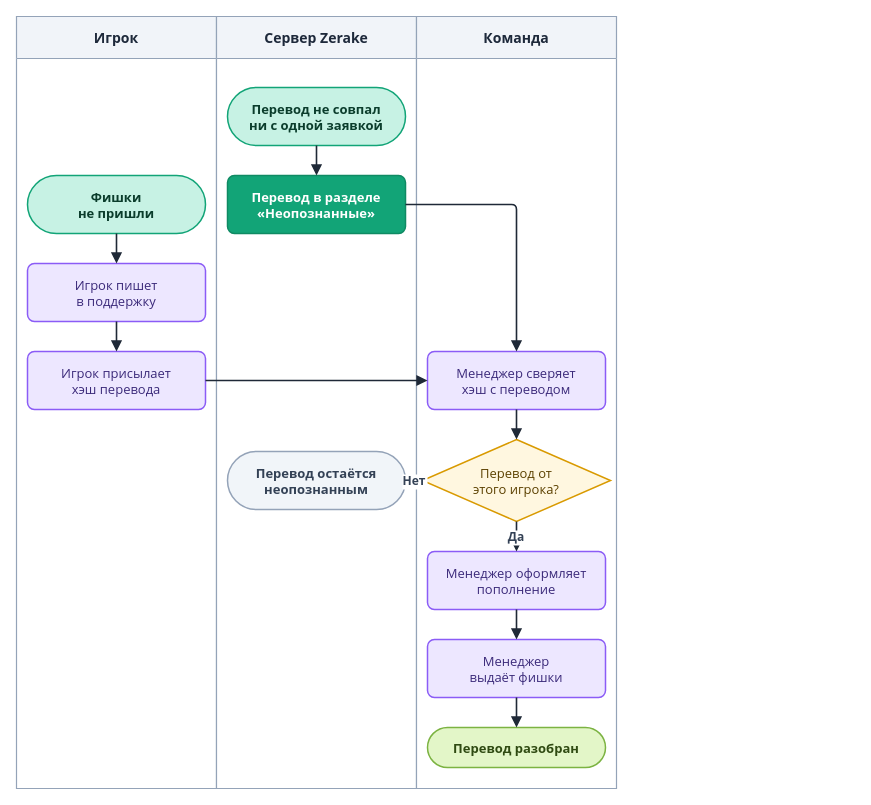
The draw.io diagram diagrams/drawio/unmatched.drawio in LILSUFFER/zerake-docs, before the edit. Source tidied: cells renumbered, new cells numbered last; positions are measured from the earlier drawing's top-left corner, leaving out a move shared by most shapes. Both pictures are drawn from the tidied source at 100%, with x=0, y=0 at pixel (16, 16).
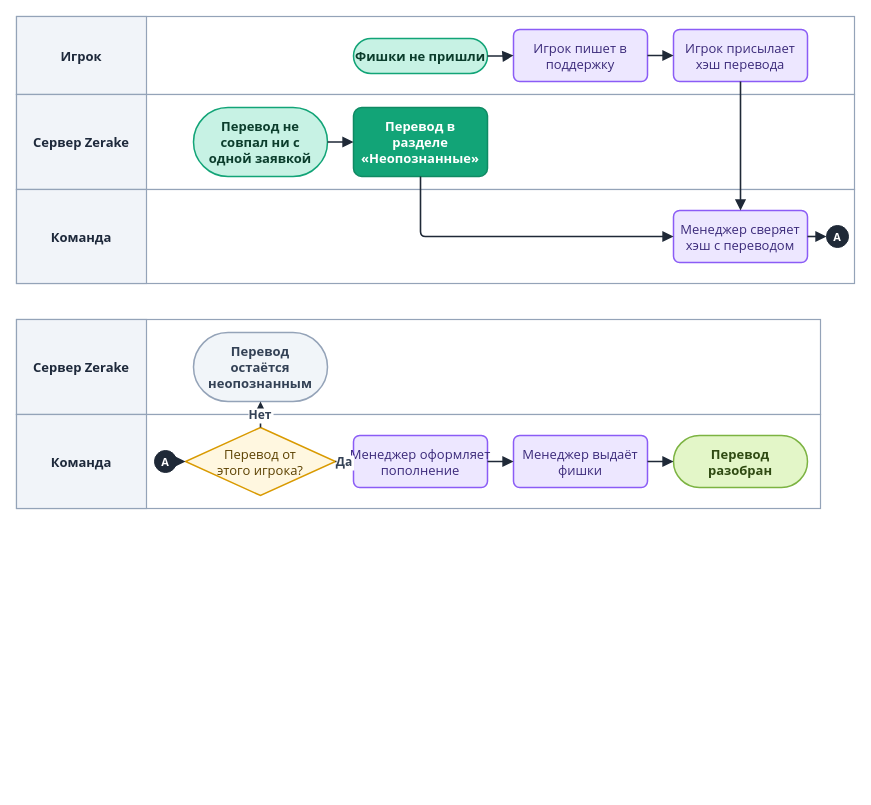
The same diagram, later.

Change to the diagram source:
```diff
@@
+    <mxCell id="26" style="rounded=0;html=0;fillColor=#FFFFFF;strokeColor=#94A3B8;strokeWidth=1.2;" parent="1" vertex="1">
+      <mxGeometry width="838" height="78" as="geometry" />
+    </mxCell>
-    <mxCell id="2" value="Игрок" style="swimlane;horizontal=1;startSize=42;fillColor=#F1F4F9;swimlaneFillColor=#FFFFFF;strokeColor=#94A3B8;fontColor=#1E293B;fontStyle=1;fontSize=14;fontFamily=Segoe UI;strokeWidth=1.2;" parent="1" vertex="1">
-      <mxGeometry width="200" height="772" as="geometry" />
+    <mxCell id="2" value="Игрок" style="rounded=0;html=0;fillColor=#F1F4F9;strokeColor=#94A3B8;strokeWidth=1.2;fontColor=#1E293B;fontStyle=1;fontSize=13;fontFamily=Segoe UI;align=center;verticalAlign=middle;" parent="1" vertex="1">
+      <mxGeometry width="130" height="78" as="geometry" />
     </mxCell>
-    <mxCell id="3" value="Сервер Zerake" style="swimlane;horizontal=1;startSize=42;fillColor=#F1F4F9;swimlaneFillColor=#FFFFFF;strokeColor=#94A3B8;fontColor=#1E293B;fontStyle=1;fontSize=14;fontFamily=Segoe UI;strokeWidth=1.2;" parent="1" vertex="1">
-      <mxGeometry x="200" width="200" height="772" as="geometry" />
-    </mxCell>
-    <mxCell id="4" value="Команда" style="swimlane;horizontal=1;startSize=42;fillColor=#F1F4F9;swimlaneFillColor=#FFFFFF;strokeColor=#94A3B8;fontColor=#1E293B;fontStyle=1;fontSize=14;fontFamily=Segoe UI;strokeWidth=1.2;" parent="1" vertex="1">
-      <mxGeometry x="400" width="200" height="772" as="geometry" />
-    </mxCell>
+    <mxCell id="27" style="rounded=0;html=0;fillColor=#FFFFFF;strokeColor=#94A3B8;strokeWidth=1.2;" parent="1" vertex="1">
+      <mxGeometry y="78" width="838" height="95" as="geometry" />
+    </mxCell>
+    <mxCell id="28" value="Сервер Zerake" style="rounded=0;html=0;fillColor=#F1F4F9;strokeColor=#94A3B8;strokeWidth=1.2;fontColor=#1E293B;fontStyle=1;fontSize=13;fontFamily=Segoe UI;align=center;verticalAlign=middle;" parent="1" vertex="1">
+      <mxGeometry y="78" width="130" height="95" as="geometry" />
+    </mxCell>
+    <mxCell id="29" style="rounded=0;html=0;fillColor=#FFFFFF;strokeColor=#94A3B8;strokeWidth=1.2;" parent="1" vertex="1">
+      <mxGeometry y="173" width="838" height="94" as="geometry" />
+    </mxCell>
+    <mxCell id="30" value="Команда" style="rounded=0;html=0;fillColor=#F1F4F9;strokeColor=#94A3B8;strokeWidth=1.2;fontColor=#1E293B;fontStyle=1;fontSize=13;fontFamily=Segoe UI;align=center;verticalAlign=middle;" parent="1" vertex="1">
+      <mxGeometry y="173" width="130" height="94" as="geometry" />
+    </mxCell>
+    <mxCell id="31" style="rounded=0;html=0;fillColor=#FFFFFF;strokeColor=#94A3B8;strokeWidth=1.2;" parent="1" vertex="1">
+      <mxGeometry y="303" width="804" height="95" as="geometry" />
+    </mxCell>
+    <mxCell id="32" value="Сервер Zerake" style="rounded=0;html=0;fillColor=#F1F4F9;strokeColor=#94A3B8;strokeWidth=1.2;fontColor=#1E293B;fontStyle=1;fontSize=13;fontFamily=Segoe UI;align=center;verticalAlign=middle;" parent="1" vertex="1">
+      <mxGeometry y="303" width="130" height="95" as="geometry" />
+    </mxCell>
+    <mxCell id="33" style="rounded=0;html=0;fillColor=#FFFFFF;strokeColor=#94A3B8;strokeWidth=1.2;" parent="1" vertex="1">
+      <mxGeometry y="398" width="804" height="94" as="geometry" />
+    </mxCell>
+    <mxCell id="34" value="Команда" style="rounded=0;html=0;fillColor=#F1F4F9;strokeColor=#94A3B8;strokeWidth=1.2;fontColor=#1E293B;fontStyle=1;fontSize=13;fontFamily=Segoe UI;align=center;verticalAlign=middle;" parent="1" vertex="1">
+      <mxGeometry y="398" width="130" height="94" as="geometry" />
+    </mxCell>
-    <mxCell id="5" value="Перевод не совпал&#10;ни с одной заявкой" style="rounded=1;arcSize=50;html=0;fontStyle=1;fillColor=#C7F2E4;strokeColor=#12A477;fontColor=#0B3D2C;fontFamily=Segoe UI;fontSize=13;strokeWidth=1.5;" parent="1" vertex="1">
-      <mxGeometry x="211" y="71" width="178" height="58" as="geometry" />
+    <mxCell id="5" value="Перевод не&#10;совпал ни с&#10;одной заявкой" style="rounded=1;arcSize=50;html=0;fontStyle=1;fillColor=#C7F2E4;strokeColor=#12A477;fontColor=#0B3D2C;fontFamily=Segoe UI;fontSize=13;strokeWidth=1.5;" parent="1" vertex="1">
+      <mxGeometry x="177" y="91" width="134" height="69" as="geometry" />
     </mxCell>
-    <mxCell id="6" value="Фишки&#10;не пришли" style="rounded=1;arcSize=50;html=0;fontStyle=1;fillColor=#C7F2E4;strokeColor=#12A477;fontColor=#0B3D2C;fontFamily=Segoe UI;fontSize=13;strokeWidth=1.5;" parent="1" vertex="1">
-      <mxGeometry x="11" y="159" width="178" height="58" as="geometry" />
+    <mxCell id="6" value="Фишки не пришли" style="rounded=1;arcSize=50;html=0;fontStyle=1;fillColor=#C7F2E4;strokeColor=#12A477;fontColor=#0B3D2C;fontFamily=Segoe UI;fontSize=13;strokeWidth=1.5;" parent="1" vertex="1">
+      <mxGeometry x="337" y="22" width="134" height="35" as="geometry" />
     </mxCell>
-    <mxCell id="7" value="Перевод в разделе&#10;«Неопознанные»" style="rounded=1;arcSize=12;html=0;fillColor=#12A477;strokeColor=#0F8A63;fontColor=#FFFFFF;fontStyle=1;fontFamily=Segoe UI;fontSize=13;strokeWidth=1.5;" parent="1" vertex="1">
-      <mxGeometry x="211" y="159" width="178" height="58" as="geometry" />
+    <mxCell id="7" value="Перевод в&#10;разделе&#10;«Неопознанные»" style="rounded=1;arcSize=12;html=0;fillColor=#12A477;strokeColor=#0F8A63;fontColor=#FFFFFF;fontStyle=1;fontFamily=Segoe UI;fontSize=13;strokeWidth=1.5;" parent="1" vertex="1">
+      <mxGeometry x="337" y="91" width="134" height="69" as="geometry" />
     </mxCell>
-    <mxCell id="8" value="Игрок пишет&#10;в поддержку" style="rounded=1;arcSize=12;html=0;fillColor=#EDE7FF;strokeColor=#8B5CF6;fontColor=#3B2A7A;fontFamily=Segoe UI;fontSize=13;strokeWidth=1.5;" parent="1" vertex="1">
-      <mxGeometry x="11" y="247" width="178" height="58" as="geometry" />
+    <mxCell id="8" value="Игрок пишет в&#10;поддержку" style="rounded=1;arcSize=12;html=0;fillColor=#EDE7FF;strokeColor=#8B5CF6;fontColor=#3B2A7A;fontFamily=Segoe UI;fontSize=13;strokeWidth=1.5;" parent="1" vertex="1">
+      <mxGeometry x="497" y="13" width="134" height="52" as="geometry" />
     </mxCell>
     <mxCell id="9" value="Игрок присылает&#10;хэш перевода" style="rounded=1;arcSize=12;html=0;fillColor=#EDE7FF;strokeColor=#8B5CF6;fontColor=#3B2A7A;fontFamily=Segoe UI;fontSize=13;strokeWidth=1.5;" parent="1" vertex="1">
-      <mxGeometry x="11" y="335" width="178" height="58" as="geometry" />
+      <mxGeometry x="657" y="13" width="134" height="52" as="geometry" />
     </mxCell>
     <mxCell id="10" value="Менеджер сверяет&#10;хэш с переводом" style="rounded=1;arcSize=12;html=0;fillColor=#EDE7FF;strokeColor=#8B5CF6;fontColor=#3B2A7A;fontFamily=Segoe UI;fontSize=13;strokeWidth=1.5;" parent="1" vertex="1">
-      <mxGeometry x="411" y="335" width="178" height="58" as="geometry" />
+      <mxGeometry x="657" y="194" width="134" height="52" as="geometry" />
     </mxCell>
     <mxCell id="11" value="Перевод от&#10;этого игрока?" style="rhombus;html=0;fillColor=#FFF7E0;strokeColor=#D99A00;fontColor=#5C4100;fontFamily=Segoe UI;fontSize=13;strokeWidth=1.5;" parent="1" vertex="1">
-      <mxGeometry x="406" y="423" width="188" height="82" as="geometry" />
+      <mxGeometry x="169" y="411" width="150" height="68" as="geometry" />
     </mxCell>
-    <mxCell id="12" value="Перевод остаётся&#10;неопознанным" style="rounded=1;arcSize=50;html=0;fontStyle=1;fillColor=#F1F5F9;strokeColor=#94A3B8;fontColor=#334155;fontFamily=Segoe UI;fontSize=13;strokeWidth=1.5;" parent="1" vertex="1">
-      <mxGeometry x="211" y="435" width="178" height="58" as="geometry" />
+    <mxCell id="12" value="Перевод&#10;остаётся&#10;неопознанным" style="rounded=1;arcSize=50;html=0;fontStyle=1;fillColor=#F1F5F9;strokeColor=#94A3B8;fontColor=#334155;fontFamily=Segoe UI;fontSize=13;strokeWidth=1.5;" parent="1" vertex="1">
+      <mxGeometry x="177" y="316" width="134" height="69" as="geometry" />
     </mxCell>
     <mxCell id="13" value="Менеджер оформляет&#10;пополнение" style="rounded=1;arcSize=12;html=0;fillColor=#EDE7FF;strokeColor=#8B5CF6;fontColor=#3B2A7A;fontFamily=Segoe UI;fontSize=13;strokeWidth=1.5;" parent="1" vertex="1">
-      <mxGeometry x="411" y="535" width="178" height="58" as="geometry" />
+      <mxGeometry x="337" y="419" width="134" height="52" as="geometry" />
     </mxCell>
-    <mxCell id="14" value="Менеджер&#10;выдаёт фишки" style="rounded=1;arcSize=12;html=0;fillColor=#EDE7FF;strokeColor=#8B5CF6;fontColor=#3B2A7A;fontFamily=Segoe UI;fontSize=13;strokeWidth=1.5;" parent="1" vertex="1">
-      <mxGeometry x="411" y="623" width="178" height="58" as="geometry" />
+    <mxCell id="14" value="Менеджер выдаёт&#10;фишки" style="rounded=1;arcSize=12;html=0;fillColor=#EDE7FF;strokeColor=#8B5CF6;fontColor=#3B2A7A;fontFamily=Segoe UI;fontSize=13;strokeWidth=1.5;" parent="1" vertex="1">
+      <mxGeometry x="497" y="419" width="134" height="52" as="geometry" />
     </mxCell>
-    <mxCell id="15" value="Перевод разобран" style="rounded=1;arcSize=50;html=0;fontStyle=1;fillColor=#E3F6C8;strokeColor=#7CB342;fontColor=#2F4A12;fontFamily=Segoe UI;fontSize=13;strokeWidth=1.5;" parent="1" vertex="1">
-      <mxGeometry x="411" y="711" width="178" height="40" as="geometry" />
+    <mxCell id="15" value="Перевод&#10;разобран" style="rounded=1;arcSize=50;html=0;fontStyle=1;fillColor=#E3F6C8;strokeColor=#7CB342;fontColor=#2F4A12;fontFamily=Segoe UI;fontSize=13;strokeWidth=1.5;" parent="1" vertex="1">
+      <mxGeometry x="657" y="419" width="134" height="52" as="geometry" />
     </mxCell>
@@
-    <mxCell id="17" style="edgeStyle=orthogonalEdgeStyle;rounded=1;arcSize=10;jettySize=auto;html=0;strokeColor=#1F2937;strokeWidth=1.6;endArrow=block;endFill=1;endSize=7;fontFamily=Segoe UI;fontSize=12;fontStyle=1;fontColor=#334155;labelBackgroundColor=#FFFFFF;exitX=1;exitY=0.5;entryX=0.5;entryY=0;" parent="1" edge="1" source="7" target="10">
+    <mxCell id="17" style="edgeStyle=orthogonalEdgeStyle;rounded=1;arcSize=10;jettySize=auto;html=0;strokeColor=#1F2937;strokeWidth=1.6;endArrow=block;endFill=1;endSize=7;fontFamily=Segoe UI;fontSize=12;fontStyle=1;fontColor=#334155;labelBackgroundColor=#FFFFFF;exitX=0.5;exitY=1;entryX=0;entryY=0.5;" parent="1" edge="1" source="7" target="10">
       <mxGeometry relative="1" as="geometry" />
     </mxCell>
@@
+    <mxCell id="35" value="A" style="ellipse;html=0;fillColor=#1F2937;strokeColor=#1F2937;fontColor=#FFFFFF;fontStyle=1;fontSize=11;fontFamily=Segoe UI;" parent="1" vertex="1">
+      <mxGeometry x="810" y="209" width="22" height="22" as="geometry" />
+    </mxCell>
+    <mxCell id="36" value="A" style="ellipse;html=0;fillColor=#1F2937;strokeColor=#1F2937;fontColor=#FFFFFF;fontStyle=1;fontSize=11;fontFamily=Segoe UI;" parent="1" vertex="1">
+      <mxGeometry x="138" y="434" width="22" height="22" as="geometry" />
+    </mxCell>
-    <mxCell id="21" style="edgeStyle=orthogonalEdgeStyle;rounded=1;arcSize=10;jettySize=auto;html=0;strokeColor=#1F2937;strokeWidth=1.6;endArrow=block;endFill=1;endSize=7;fontFamily=Segoe UI;fontSize=12;fontStyle=1;fontColor=#334155;labelBackgroundColor=#FFFFFF;" parent="1" edge="1" source="10" target="11">
+    <mxCell id="21" style="edgeStyle=orthogonalEdgeStyle;rounded=1;arcSize=10;jettySize=auto;html=0;strokeColor=#1F2937;strokeWidth=1.6;endArrow=block;endFill=1;endSize=7;fontFamily=Segoe UI;fontSize=12;fontStyle=1;fontColor=#334155;labelBackgroundColor=#FFFFFF;exitX=1;exitY=0.5;entryX=0;entryY=0.5;" parent="1" edge="1" source="10" target="35">
       <mxGeometry relative="1" as="geometry" />
     </mxCell>
+    <mxCell id="37" style="edgeStyle=orthogonalEdgeStyle;rounded=1;arcSize=10;jettySize=auto;html=0;strokeColor=#1F2937;strokeWidth=1.6;endArrow=block;endFill=1;endSize=7;fontFamily=Segoe UI;fontSize=12;fontStyle=1;fontColor=#334155;labelBackgroundColor=#FFFFFF;exitX=1;exitY=0.5;entryX=0;entryY=0.5;" parent="1" edge="1" source="36" target="11">
+      <mxGeometry relative="1" as="geometry" />
+    </mxCell>
```
